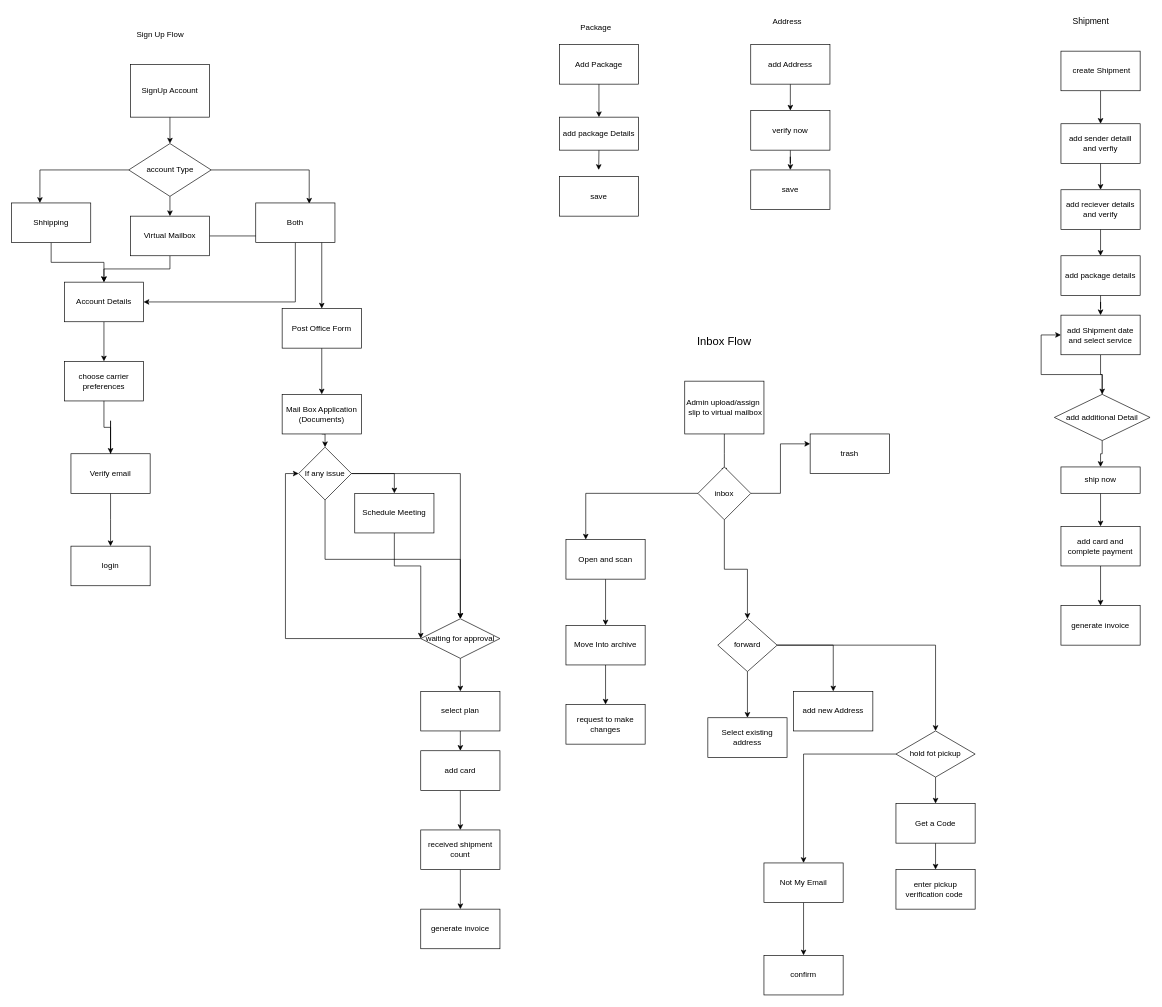
The draw.io diagram public/ship District.drawio in sharmag44/card-form, before the edit. Source tidied: cells renumbered, new cells numbered last; positions are measured from the earlier drawing's top-left corner, leaving out a move shared by most shapes. Both pictures are drawn from the tidied source at 66%, with x=0, y=0 at pixel (11, 11).
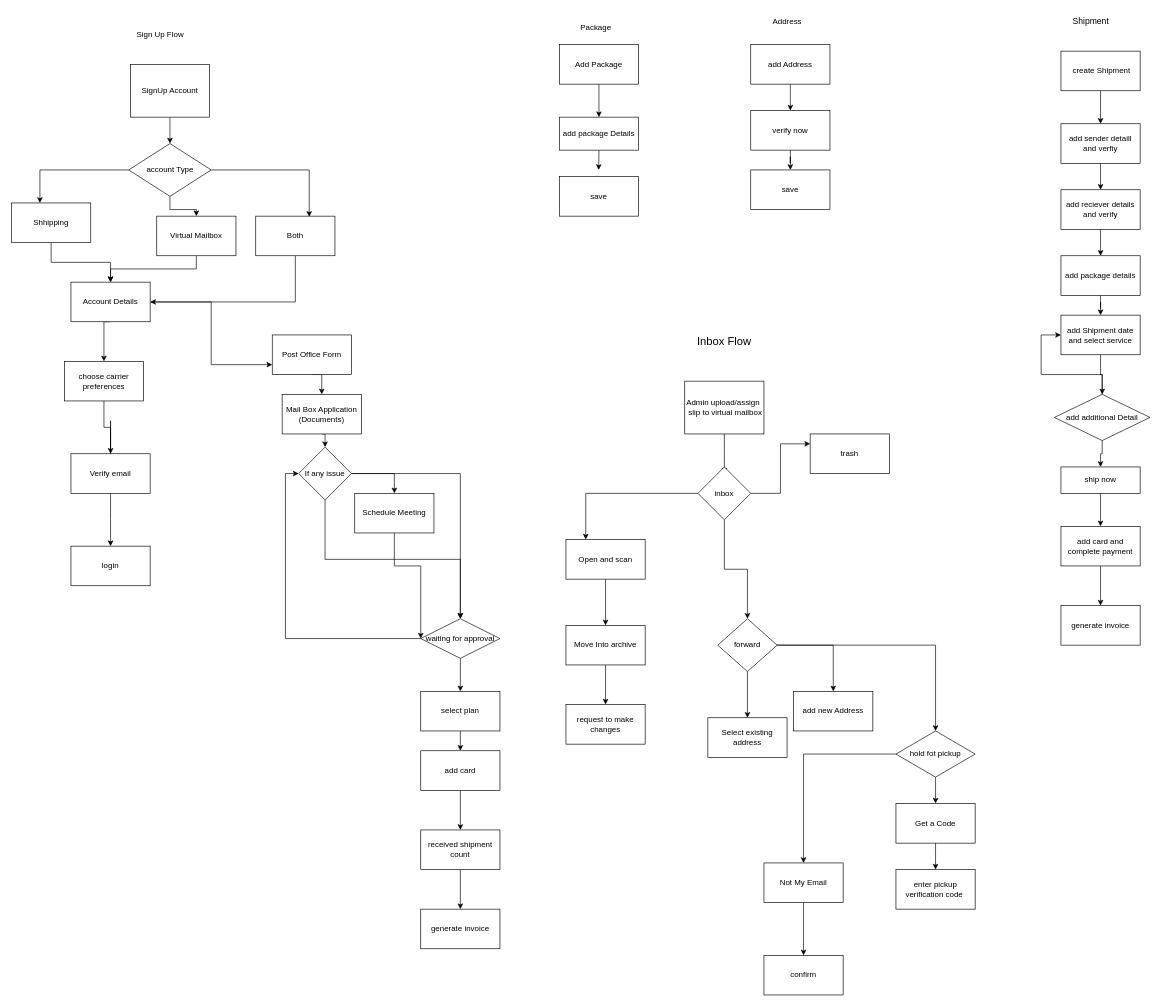
The same diagram, later.

Change to the diagram source:
```diff
@@
-    <mxCell id="11" style="edgeStyle=orthogonalEdgeStyle;rounded=0;jettySize=auto;html=1;" parent="1" edge="1" source="12" target="18">
-      <mxGeometry relative="1" as="geometry" />
-    </mxCell>
     <mxCell id="12" value="Virtual Mailbox" style="rounded=0;whiteSpace=wrap;html=1;" parent="1" vertex="1">
-      <mxGeometry x="180" y="310" width="120" height="60" as="geometry" />
+      <mxGeometry x="220" y="310" width="120" height="60" as="geometry" />
     </mxCell>
@@
     <mxCell id="14" value="Both" style="rounded=0;whiteSpace=wrap;html=1;" parent="1" vertex="1">
-      <mxGeometry x="370" y="290" width="120" height="60" as="geometry" />
+      <mxGeometry x="370" y="310" width="120" height="60" as="geometry" />
     </mxCell>
@@
+    <mxCell id="103" style="edgeStyle=orthogonalEdgeStyle;rounded=0;jettySize=auto;html=1;entryX=0;entryY=0.75;entryDx=0;entryDy=0;" parent="1" edge="1" source="16" target="18">
+      <mxGeometry relative="1" as="geometry" />
+    </mxCell>
     <mxCell id="16" value="Account Details" style="rounded=0;whiteSpace=wrap;html=1;" parent="1" vertex="1">
-      <mxGeometry x="80" y="410" width="120" height="60" as="geometry" />
+      <mxGeometry x="90" y="410" width="120" height="60" as="geometry" />
     </mxCell>
@@
     <mxCell id="18" value="Post Office Form" style="rounded=0;whiteSpace=wrap;html=1;" parent="1" vertex="1">
-      <mxGeometry x="410" y="450" width="120" height="60" as="geometry" />
+      <mxGeometry x="395" y="490" width="120" height="60" as="geometry" />
     </mxCell>
```
